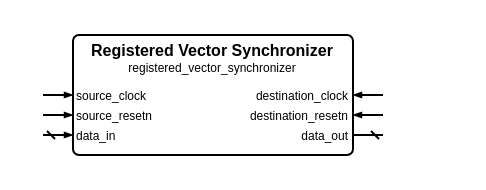
Earlier version of the draw.io diagram sources/timing/registered_vector_synchronizer/registered_vector_synchronizer.symbol.drawio (Louis-DR/OmniCores-BuildingBlocks). Source tidied: cells renumbered, new cells numbered last; positions are measured from the earlier drawing's top-left corner, leaving out a move shared by most shapes. Both pictures are drawn from the tidied source at 200%, with x=0, y=0 at pixel (42, 34).
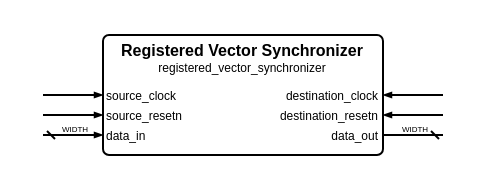
Above is the later version.

Change to the diagram source:
```diff
@@
     <mxCell id="2" style="group;" parent="1" vertex="1">
-      <mxGeometry width="170" height="60" as="geometry" />
+      <mxGeometry width="200" height="60" as="geometry" />
     </mxCell>
     <mxCell id="3" style="rounded=1;arcSize=5;fillColor=none;strokeWidth=1;strokeColor=black;whiteSpace=wrap;html=1;" parent="2" vertex="1">
-      <mxGeometry x="15" width="140" height="60" as="geometry" />
+      <mxGeometry x="30" width="140" height="60" as="geometry" />
     </mxCell>
     <mxCell id="4" value="Registered Vector Synchronizer" style="text;html=1;align=center;verticalAlign=middle;whiteSpace=wrap;rounded=0;fontSize=8;fontStyle=1;fontColor=black;" parent="2" vertex="1">
-      <mxGeometry x="15" y="7" width="140" as="geometry" />
+      <mxGeometry x="30" y="7" width="140" as="geometry" />
     </mxCell>
     <mxCell id="5" value="registered_vector_synchronizer" style="text;html=1;align=center;verticalAlign=middle;whiteSpace=wrap;rounded=0;fontSize=6;fontStyle=0;fontColor=black;" parent="2" vertex="1">
-      <mxGeometry x="15" y="16" width="140" as="geometry" />
+      <mxGeometry x="30" y="16" width="140" as="geometry" />
     </mxCell>
     <mxCell id="6" value="source_clock" style="text;html=1;align=left;verticalAlign=middle;whiteSpace=wrap;rounded=0;fontSize=6;fontStyle=0;fontColor=black;" parent="2" vertex="1">
-      <mxGeometry x="15" y="30" width="140" as="geometry" />
+      <mxGeometry x="30" y="30" width="140" as="geometry" />
     </mxCell>
     <mxCell id="7" style="html=1;rounded=1;strokeWidth=1;strokeColor=black;startFill=0;startSize=2;startArrow=none;endFill=1;endSize=2;endArrow=blockThin;sourcePerimeterSpacing=0;" parent="2" edge="1">
       <mxGeometry relative="1" as="geometry">
         <mxPoint y="30" as="sourcePoint" />
-        <mxPoint x="15" y="30" as="targetPoint" />
+        <mxPoint x="30" y="30" as="targetPoint" />
       </mxGeometry>
     </mxCell>
     <mxCell id="8" value="destination_clock" style="text;html=1;align=right;verticalAlign=middle;whiteSpace=wrap;rounded=0;fontSize=6;fontStyle=0;fontColor=black;" parent="2" vertex="1">
-      <mxGeometry x="15" y="30" width="140" as="geometry" />
+      <mxGeometry x="30" y="30" width="140" as="geometry" />
     </mxCell>
     <mxCell id="9" style="html=1;rounded=1;strokeWidth=1;strokeColor=black;startFill=0;startSize=2;startArrow=none;endFill=1;endSize=2;endArrow=blockThin;sourcePerimeterSpacing=0;" parent="2" edge="1">
       <mxGeometry relative="1" as="geometry">
-        <mxPoint x="170" y="30" as="sourcePoint" />
-        <mxPoint x="155" y="30" as="targetPoint" />
+        <mxPoint x="200" y="30" as="sourcePoint" />
+        <mxPoint x="170" y="30" as="targetPoint" />
       </mxGeometry>
     </mxCell>
     <mxCell id="10" value="source_resetn" style="text;html=1;align=left;verticalAlign=middle;whiteSpace=wrap;rounded=0;fontSize=6;fontStyle=0;fontColor=black;" parent="2" vertex="1">
-      <mxGeometry x="15" y="40" width="140" as="geometry" />
+      <mxGeometry x="30" y="40" width="140" as="geometry" />
     </mxCell>
     <mxCell id="11" style="html=1;rounded=1;strokeWidth=1;strokeColor=black;startFill=0;startSize=2;startArrow=none;endFill=1;endSize=2;endArrow=blockThin;sourcePerimeterSpacing=0;" parent="2" edge="1">
       <mxGeometry relative="1" as="geometry">
         <mxPoint y="40" as="sourcePoint" />
-        <mxPoint x="15" y="40" as="targetPoint" />
+        <mxPoint x="30" y="40" as="targetPoint" />
       </mxGeometry>
     </mxCell>
     <mxCell id="12" value="destination_resetn" style="text;html=1;align=right;verticalAlign=middle;whiteSpace=wrap;rounded=0;fontSize=6;fontStyle=0;fontColor=black;" parent="2" vertex="1">
-      <mxGeometry x="15" y="40" width="140" as="geometry" />
+      <mxGeometry x="30" y="40" width="140" as="geometry" />
     </mxCell>
     <mxCell id="13" style="html=1;rounded=1;strokeWidth=1;strokeColor=black;startFill=0;startSize=2;startArrow=none;endFill=1;endSize=2;endArrow=blockThin;sourcePerimeterSpacing=0;" parent="2" edge="1">
       <mxGeometry relative="1" as="geometry">
-        <mxPoint x="170" y="40" as="sourcePoint" />
-        <mxPoint x="155" y="40" as="targetPoint" />
+        <mxPoint x="200" y="40" as="sourcePoint" />
+        <mxPoint x="170" y="40" as="targetPoint" />
       </mxGeometry>
     </mxCell>
     <mxCell id="14" value="data_in" style="text;html=1;align=left;verticalAlign=middle;whiteSpace=wrap;rounded=0;fontSize=6;fontStyle=0;fontColor=black;" parent="2" vertex="1">
-      <mxGeometry x="15" y="50" width="140" as="geometry" />
+      <mxGeometry x="30" y="50" width="140" as="geometry" />
     </mxCell>
     <mxCell id="15" style="html=1;rounded=1;strokeWidth=1;strokeColor=black;startFill=0;startSize=2;startArrow=dash;endFill=1;endSize=2;endArrow=blockThin;sourcePerimeterSpacing=0;" parent="2" edge="1">
       <mxGeometry relative="1" as="geometry">
         <mxPoint y="50" as="sourcePoint" />
-        <mxPoint x="15" y="50" as="targetPoint" />
+        <mxPoint x="30" y="50" as="targetPoint" />
       </mxGeometry>
     </mxCell>
+    <mxCell id="18" value="WIDTH" style="text;html=1;align=center;verticalAlign=middle;whiteSpace=nowrap;rounded=0;fontSize=4;fontStyle=0;fontColor=black;" parent="2" vertex="1">
+      <mxGeometry x="15" y="47" as="geometry" />
+    </mxCell>
     <mxCell id="16" value="data_out" style="text;html=1;align=right;verticalAlign=middle;whiteSpace=wrap;rounded=0;fontSize=6;fontStyle=0;fontColor=black;" parent="2" vertex="1">
-      <mxGeometry x="15" y="50" width="140" as="geometry" />
+      <mxGeometry x="30" y="50" width="140" as="geometry" />
     </mxCell>
     <mxCell id="17" style="html=1;rounded=1;strokeWidth=1;strokeColor=black;startFill=0;startSize=2;startArrow=dash;endFill=1;endSize=2;endArrow=none;sourcePerimeterSpacing=0;" parent="2" edge="1">
       <mxGeometry relative="1" as="geometry">
-        <mxPoint x="170" y="50" as="sourcePoint" />
-        <mxPoint x="155" y="50" as="targetPoint" />
+        <mxPoint x="200" y="50" as="sourcePoint" />
+        <mxPoint x="170" y="50" as="targetPoint" />
       </mxGeometry>
     </mxCell>
+    <mxCell id="19" value="WIDTH" style="text;html=1;align=center;verticalAlign=middle;whiteSpace=nowrap;rounded=0;fontSize=4;fontStyle=0;fontColor=black;" parent="2" vertex="1">
+      <mxGeometry x="185" y="47" as="geometry" />
+    </mxCell>
```
